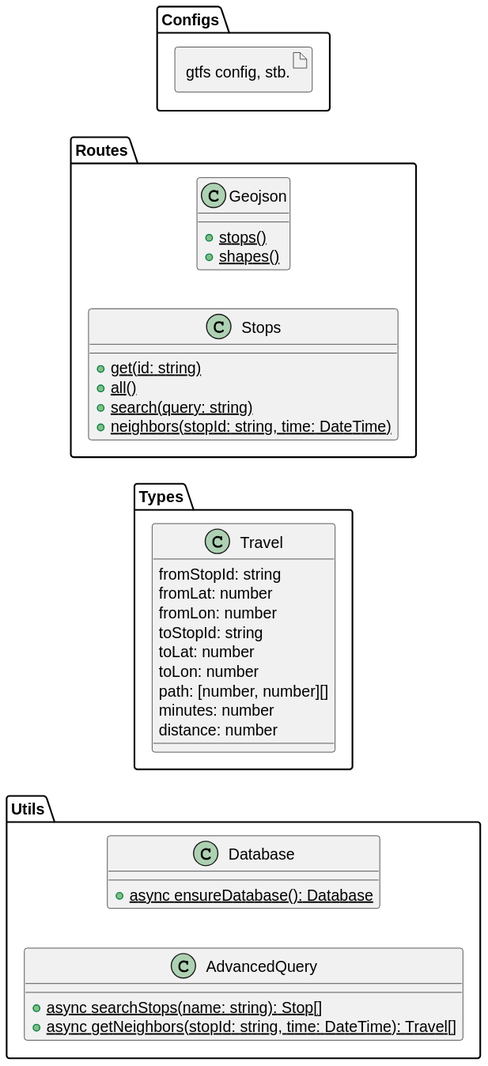
Before: docs/out/diagrams/class_backend.svg, a diagram exported from PlantUML (b-e-b-o-o/bkway).
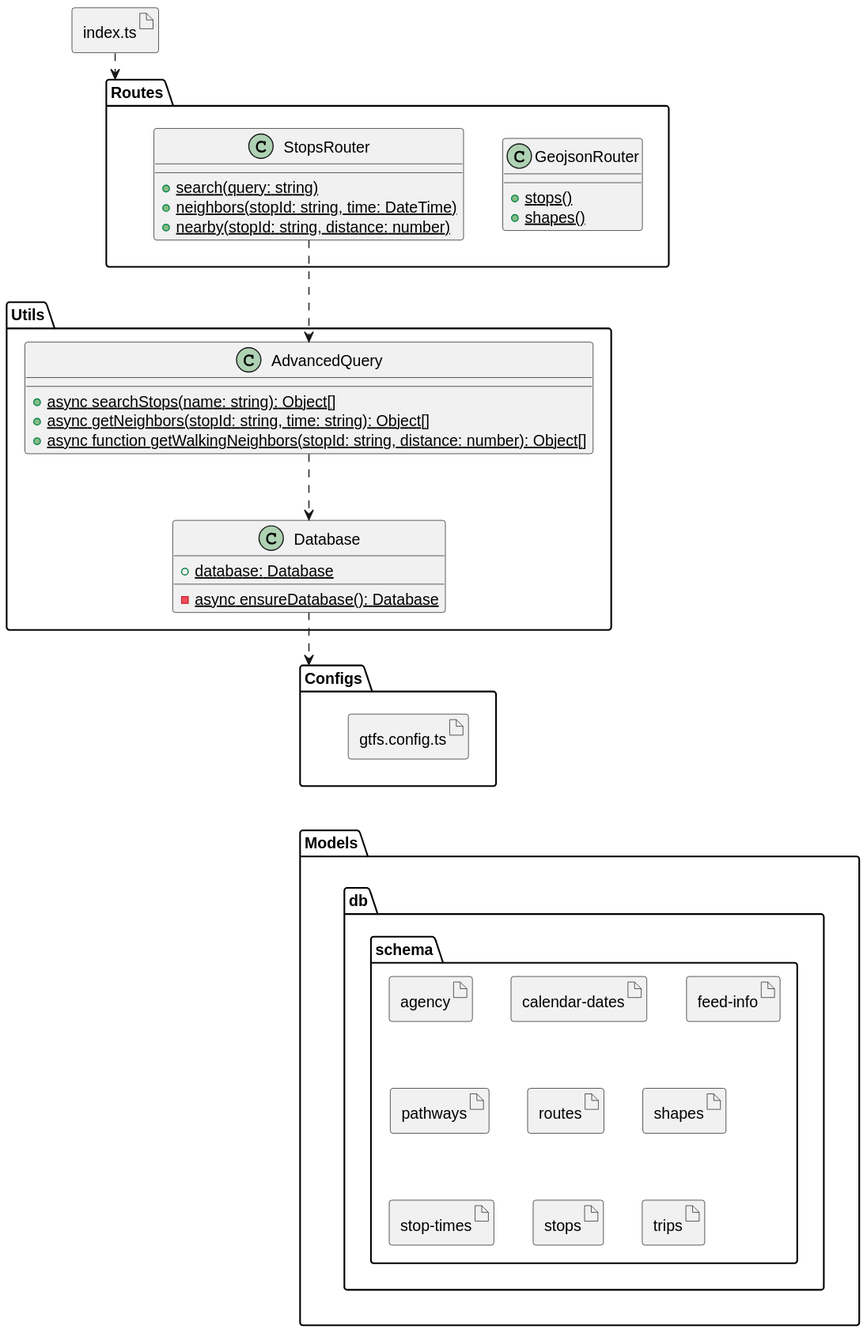
The same file after the commit.

What changed in the source:
```diff
@@ -2,47 +2,62 @@
 
 
 allowmixing
-left to right direction
+
+artifact "index.ts" as index
+
+index ..> Routes
 
 package Utils {
     class Database {
-        + {static} async ensureDatabase(): Database
+        + {static} database: Database
+        - {static} async ensureDatabase(): Database
     }
 
     class AdvancedQuery {
-        + {static} async searchStops(name: string): Stop[]
-        + {static} async getNeighbors(stopId: string, time: DateTime): Travel[]
+        + {static} async searchStops(name: string): Object[]
+        + {static} async getNeighbors(stopId: string, time: string): Object[]
+        + {static} async function getWalkingNeighbors(stopId: string, distance: number): Object[]
+
+    }
+
+    AdvancedQuery ..> Database
+}
+
+Utils.Database ..> Configs
+
+
+package Routes {
+    class GeojsonRouter {
+        + {static} stops()
+        + {static} shapes()
+    }
+    class StopsRouter {
+        + {static} search(query: string)
+        + {static} neighbors(stopId: string, time: DateTime)
+        + {static} nearby(stopId: string, distance: number)
+    }
+    StopsRouter ..> Utils.AdvancedQuery
+}
+
+package Configs {
+    artifact "gtfs.config.ts" as gtfsconfig
+}
+
+package Models {
+    package db {
+        package schema {
+            artifact "agency"
+            artifact "calendar-dates"
+            artifact "feed-info"
+            artifact "pathways"
+            artifact "routes"
+            artifact "shapes"
+            artifact "stop-times"
+            artifact "stops"
+            artifact "trips"
+        }
     }
 }
 
-package Types {
-    class Travel {
-        fromStopId: string
-        fromLat: number
-        fromLon: number
-        toStopId: string
-        toLat: number
-        toLon: number
-        path: [number, number][]
-        minutes: number
-        distance: number
-    }
-}
-
-package Routes {
-    class Geojson {
-        + {static} stops()
-        + {static} shapes()
-    }
-    class Stops {
-        + {static} get(id: string)
-        + {static} all()
-        + {static} search(query: string)
-        + {static} neighbors(stopId: string, time: DateTime)
-    }
-}
-
-package Configs {
-    artifact "gtfs config, stb."
-}
+Configs -[hidden]-> Models
 @enduml
```
